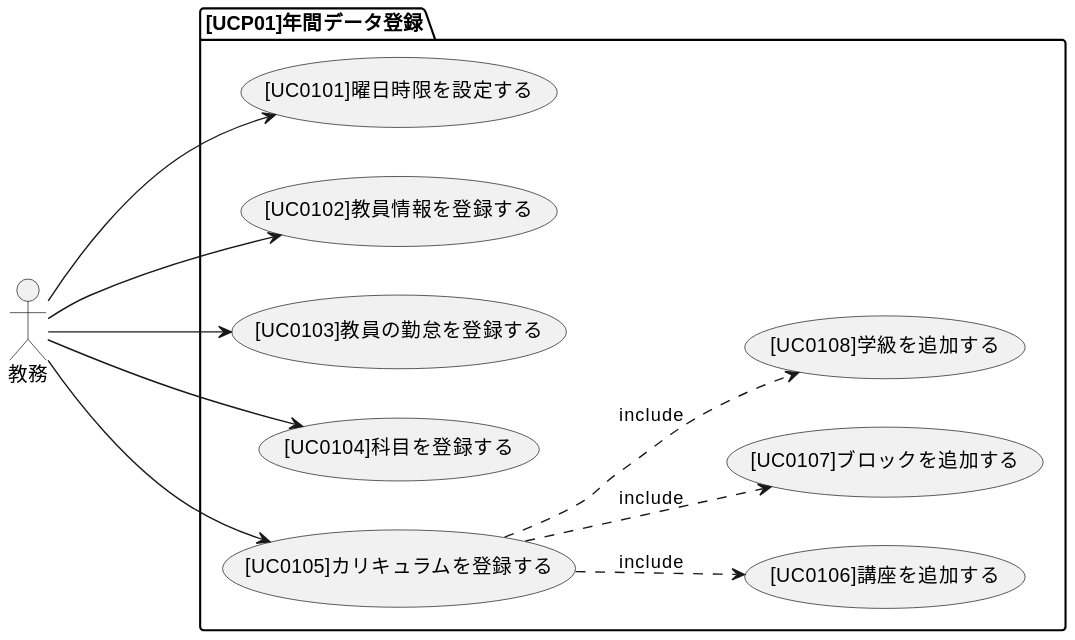
Before: docs/03_要件定義/ユースケース図/UCP01_年間データ登録.svg, a diagram exported from PlantUML (takayanag-i/working-in-progress).
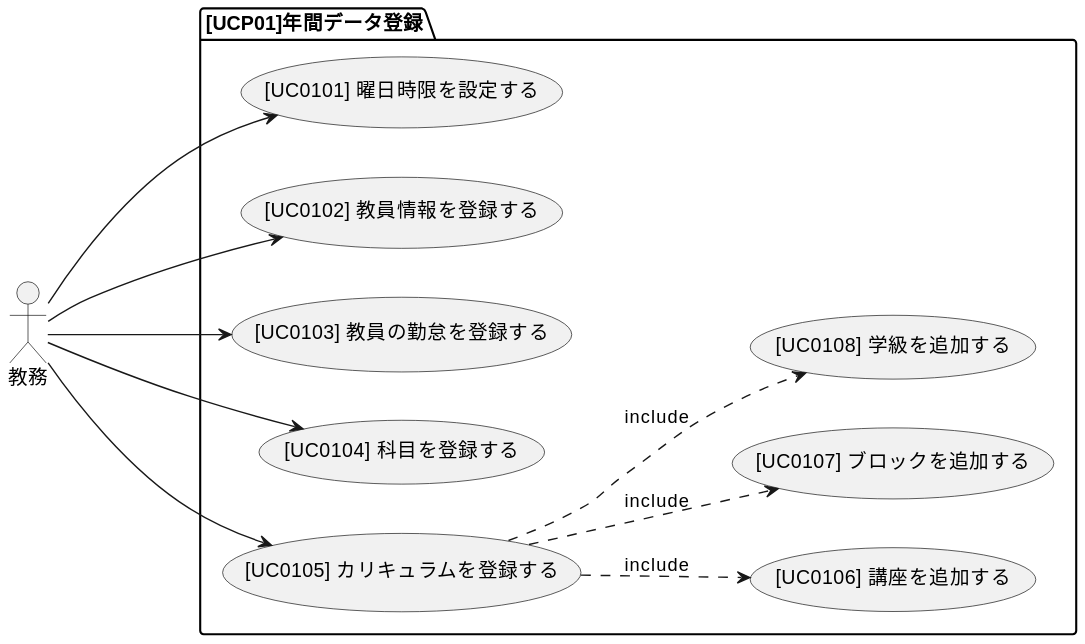
Above is the later version.

Change to the diagram source:
```diff
@@ -4,14 +4,14 @@
 :教務:
 
     package [UCP01]年間データ登録 {
-        教務--->([UC0101]曜日時限を設定する)
-        教務--->([UC0102]教員情報を登録する)
-        教務--->([UC0103]教員の勤怠を登録する)
-        教務--->([UC0104]科目を登録する)
-        教務--->([UC0105]カリキュラムを登録する)
+        教務--->([UC0101] 曜日時限を設定する)
+        教務--->([UC0102] 教員情報を登録する)
+        教務--->([UC0103] 教員の勤怠を登録する)
+        教務--->([UC0104] 科目を登録する)
+        教務--->([UC0105] カリキュラムを登録する)
 
-        ([UC0105]カリキュラムを登録する) ..> ([UC0106]講座を追加する) : include
-        ([UC0105]カリキュラムを登録する) ..> ([UC0107]ブロックを追加する) : include
-        ([UC0105]カリキュラムを登録する) ..> ([UC0108]学級を追加する) :  include
+        ([UC0105] カリキュラムを登録する) ..> ([UC0106] 講座を追加する) : include
+        ([UC0105] カリキュラムを登録する) ..> ([UC0107] ブロックを追加する) : include
+        ([UC0105] カリキュラムを登録する) ..> ([UC0108] 学級を追加する) :  include
     }
 @enduml
```
